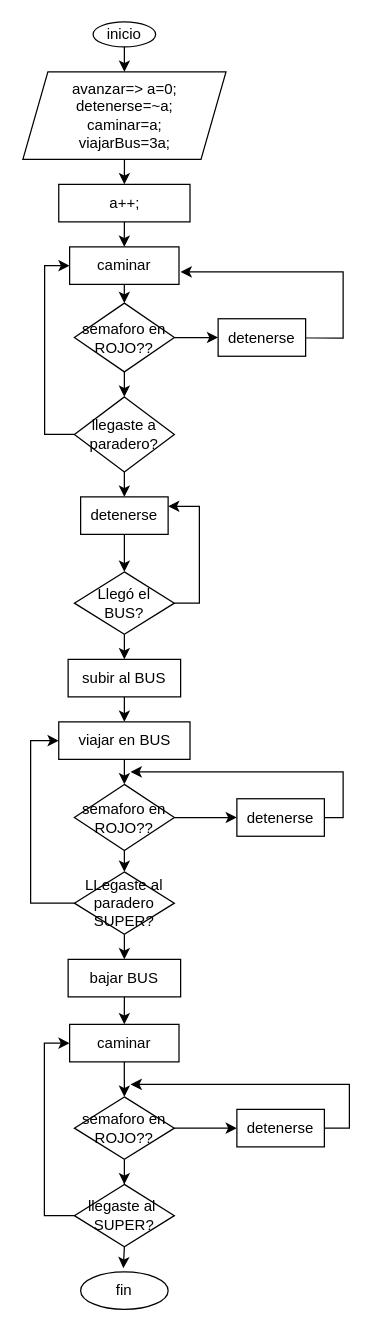
Jess-IM40/proyectoDemoCursoPrework keeps this draw.io diagram as Desplazamiento.drawio. Above is the earlier version. Source tidied: cells renumbered, new cells numbered last; positions are measured from the earlier drawing's top-left corner, leaving out a move shared by most shapes. Both pictures are drawn from the tidied source at 125%, with x=0, y=0 at pixel (22, 21).
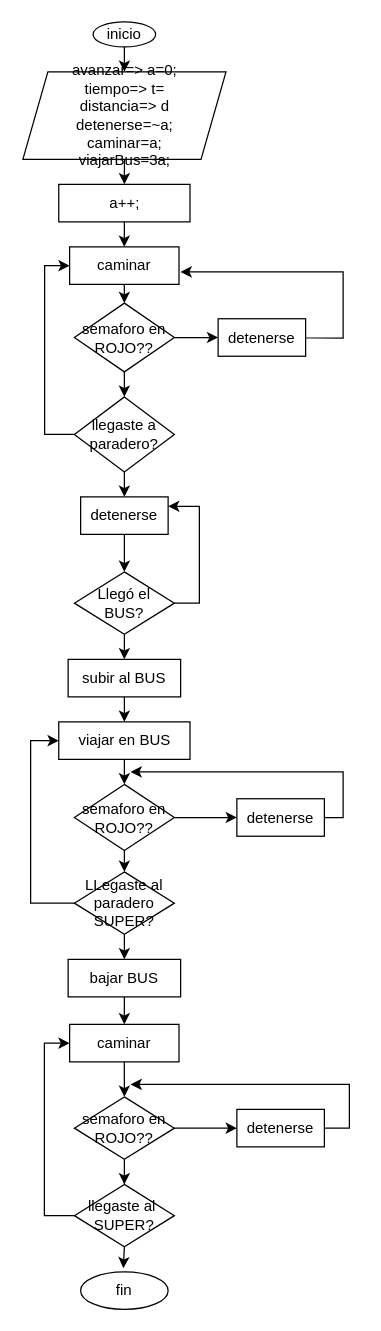
After the change.

What changed in the source:
```diff
@@
-    <mxCell id="4" value="avanzar=&amp;gt; a=0;&lt;br&gt;detenerse=~a;&lt;br&gt;caminar=a;&lt;br&gt;viajarBus=3a;" style="shape=parallelogram;perimeter=parallelogramPerimeter;whiteSpace=wrap;html=1;fixedSize=1;" parent="1" vertex="1">
+    <mxCell id="4" value="avanzar=&amp;gt; a=0;&lt;br&gt;tiempo=&amp;gt; t=&lt;br&gt;distancia=&amp;gt; d&lt;br&gt;detenerse=~a;&lt;br&gt;caminar=a;&lt;br&gt;viajarBus=3a;" style="shape=parallelogram;perimeter=parallelogramPerimeter;whiteSpace=wrap;html=1;fixedSize=1;" parent="1" vertex="1">
       <mxGeometry x="-0.2" y="40" width="162.5" height="70" as="geometry" />
     </mxCell>
```
